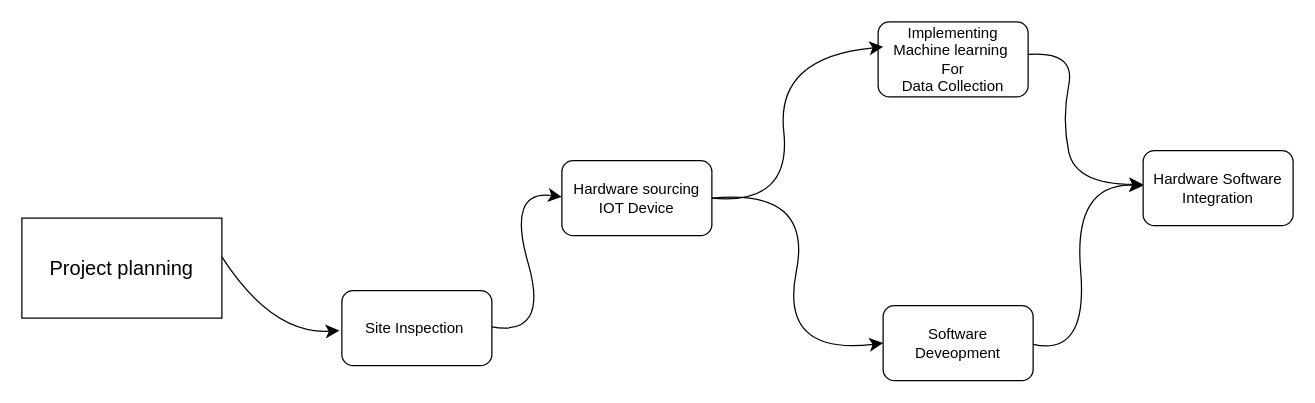
tejaswibhagat/Automated-power-consumption-analysis keeps this draw.io diagram as Automated_power_system.drawio. Above is the earlier version. Source tidied: cells renumbered, new cells numbered last; positions are measured from the earlier drawing's top-left corner, leaving out a move shared by most shapes. Both pictures are drawn from the tidied source at 125%, with x=0, y=0 at pixel (21, 21).
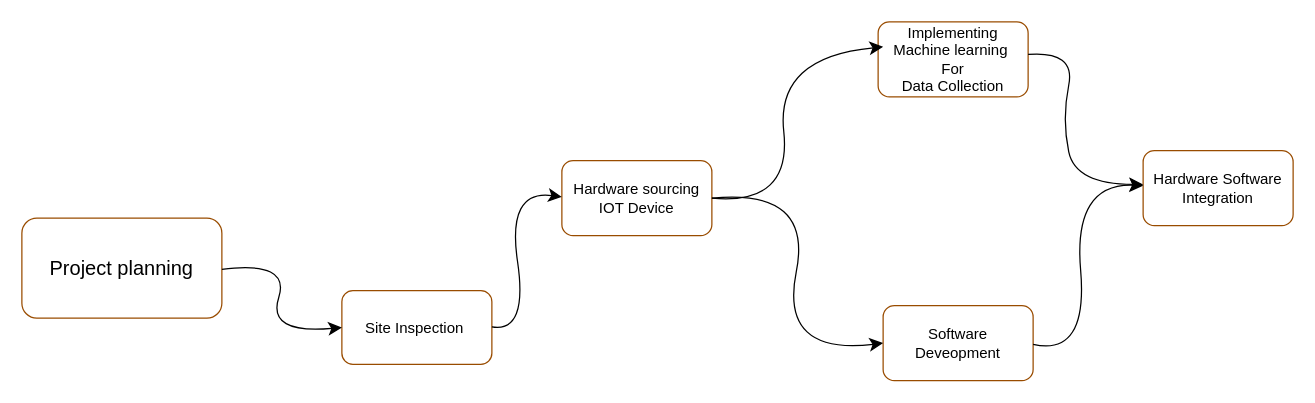
After the change.

The edit, as a diff of the source:
```diff
@@
-    <mxCell id="2" value="&lt;span style=&quot;font-size: 16px;&quot;&gt;Project planning&lt;/span&gt;" style="rounded=0;whiteSpace=wrap;html=1;" parent="1" vertex="1">
+    <mxCell id="2" value="&lt;span style=&quot;font-size: 16px;&quot;&gt;Project planning&lt;/span&gt;" style="rounded=1;whiteSpace=wrap;html=1;strokeColor=#994C00;" parent="1" vertex="1">
       <mxGeometry y="157" width="160" height="80" as="geometry" />
     </mxCell>
-    <mxCell id="3" value="Site Inspection&amp;nbsp;" style="rounded=1;whiteSpace=wrap;html=1;" parent="1" vertex="1">
-      <mxGeometry x="256" y="215" width="120" height="60" as="geometry" />
+    <mxCell id="3" value="Site Inspection&amp;nbsp;" style="rounded=1;whiteSpace=wrap;html=1;strokeColor=#994C00;" parent="1" vertex="1">
+      <mxGeometry x="256" y="215" width="120" height="59" as="geometry" />
     </mxCell>
-    <mxCell id="4" value="Implementing Machine learning&amp;nbsp;&lt;div&gt;For&lt;/div&gt;&lt;div&gt;Data Collection&lt;/div&gt;" style="rounded=1;whiteSpace=wrap;html=1;" parent="1" vertex="1">
+    <mxCell id="4" value="Implementing Machine learning&amp;nbsp;&lt;div&gt;For&lt;/div&gt;&lt;div&gt;Data Collection&lt;/div&gt;" style="rounded=1;whiteSpace=wrap;html=1;strokeColor=#994C00;" parent="1" vertex="1">
       <mxGeometry x="685" width="120" height="60" as="geometry" />
     </mxCell>
-    <mxCell id="5" value="Software Deveopment" style="rounded=1;whiteSpace=wrap;html=1;" parent="1" vertex="1">
+    <mxCell id="5" value="Software Deveopment" style="rounded=1;whiteSpace=wrap;html=1;strokeColor=#994C00;" parent="1" vertex="1">
       <mxGeometry x="689" y="227" width="120" height="60" as="geometry" />
     </mxCell>
-    <mxCell id="6" value="Hardware Software&lt;div&gt;Integration&lt;/div&gt;" style="rounded=1;whiteSpace=wrap;html=1;" parent="1" vertex="1">
+    <mxCell id="6" value="Hardware Software&lt;div&gt;Integration&lt;/div&gt;" style="rounded=1;whiteSpace=wrap;html=1;strokeColor=#994C00;" parent="1" vertex="1">
       <mxGeometry x="897" y="103" width="120" height="60" as="geometry" />
     </mxCell>
-    <mxCell id="7" value="&lt;span style=&quot;caret-color: rgb(0, 0, 0); color: rgb(0, 0, 0); font-family: Helvetica; font-size: 12px; font-style: normal; font-variant-caps: normal; font-weight: 400; letter-spacing: normal; orphans: auto; text-align: center; text-indent: 0px; text-transform: none; white-space: normal; widows: auto; word-spacing: 0px; -webkit-tap-highlight-color: rgba(26, 26, 26, 0.3); -webkit-text-size-adjust: none; -webkit-text-stroke-width: 0px; background-color: rgb(255, 255, 255); text-decoration: none; display: inline !important; float: none;&quot;&gt;Hardware sourcing&lt;/span&gt;&lt;div style=&quot;caret-color: rgb(0, 0, 0); color: rgb(0, 0, 0); font-family: Helvetica; font-size: 12px; font-style: normal; font-variant-caps: normal; font-weight: 400; letter-spacing: normal; orphans: auto; text-align: center; text-indent: 0px; text-transform: none; white-space: normal; widows: auto; word-spacing: 0px; -webkit-tap-highlight-color: rgba(26, 26, 26, 0.3); -webkit-text-size-adjust: none; -webkit-text-stroke-width: 0px; text-decoration: none;&quot;&gt;IOT Device&lt;/div&gt;" style="rounded=1;whiteSpace=wrap;html=1;" parent="1" vertex="1">
+    <mxCell id="7" value="&lt;span style=&quot;caret-color: rgb(0, 0, 0); color: rgb(0, 0, 0); font-family: Helvetica; font-size: 12px; font-style: normal; font-variant-caps: normal; font-weight: 400; letter-spacing: normal; orphans: auto; text-align: center; text-indent: 0px; text-transform: none; white-space: normal; widows: auto; word-spacing: 0px; -webkit-tap-highlight-color: rgba(26, 26, 26, 0.3); -webkit-text-size-adjust: none; -webkit-text-stroke-width: 0px; background-color: rgb(255, 255, 255); text-decoration: none; display: inline !important; float: none;&quot;&gt;Hardware sourcing&lt;/span&gt;&lt;div style=&quot;caret-color: rgb(0, 0, 0); color: rgb(0, 0, 0); font-family: Helvetica; font-size: 12px; font-style: normal; font-variant-caps: normal; font-weight: 400; letter-spacing: normal; orphans: auto; text-align: center; text-indent: 0px; text-transform: none; white-space: normal; widows: auto; word-spacing: 0px; -webkit-tap-highlight-color: rgba(26, 26, 26, 0.3); -webkit-text-size-adjust: none; -webkit-text-stroke-width: 0px; text-decoration: none;&quot;&gt;IOT Device&lt;/div&gt;" style="rounded=1;whiteSpace=wrap;html=1;strokeColor=#994C00;" parent="1" vertex="1">
       <mxGeometry x="432" y="111" width="120" height="60" as="geometry" />
     </mxCell>
-    <mxCell id="8" style="edgeStyle=none;orthogonalLoop=1;jettySize=auto;html=1;rounded=0;fontSize=12;startSize=8;endSize=8;curved=1;" parent="1" edge="1">
+    <mxCell id="8" style="edgeStyle=none;jettySize=auto;html=1;rounded=0;fontSize=12;startSize=8;endSize=8;curved=1;entryX=0;entryY=0.5;entryDx=0;entryDy=0;" parent="1" edge="1" target="3">
       <mxGeometry relative="1" as="geometry">
-        <mxPoint x="160" y="188" as="sourcePoint" />
-        <mxPoint x="254" y="247" as="targetPoint" />
+        <mxPoint x="160" y="198" as="sourcePoint" />
         <Array as="points">
-          <mxPoint x="200" y="250" />
+          <mxPoint x="215" y="191" />
+          <mxPoint x="196" y="250" />
         </Array>
       </mxGeometry>
     </mxCell>
     <mxCell id="9" style="edgeStyle=none;orthogonalLoop=1;jettySize=auto;html=1;rounded=0;fontSize=12;startSize=8;endSize=8;curved=1;entryX=0;entryY=0.5;entryDx=0;entryDy=0;exitX=1;exitY=0.5;exitDx=0;exitDy=0;" parent="1" edge="1">
       <mxGeometry relative="1" as="geometry">
         <mxPoint x="376" y="244" as="sourcePoint" />
         <mxPoint x="432" y="140" as="targetPoint" />
         <Array as="points">
-          <mxPoint x="422" y="252" />
+          <mxPoint x="405" y="249" />
           <mxPoint x="388" y="134" />
         </Array>
       </mxGeometry>
     </mxCell>
```
